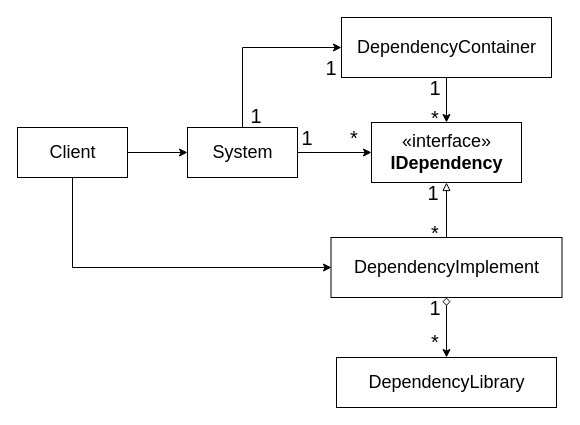
Earlier version of the draw.io diagram packages/依赖隔离模式/role_abstract/UML.drawio (yyc-git/3DProgramPattern). Source tidied: cells renumbered, new cells numbered last; positions are measured from the earlier drawing's top-left corner, leaving out a move shared by most shapes. Both pictures are drawn from the tidied source at 100%, with x=0, y=0 at pixel (17, 17).
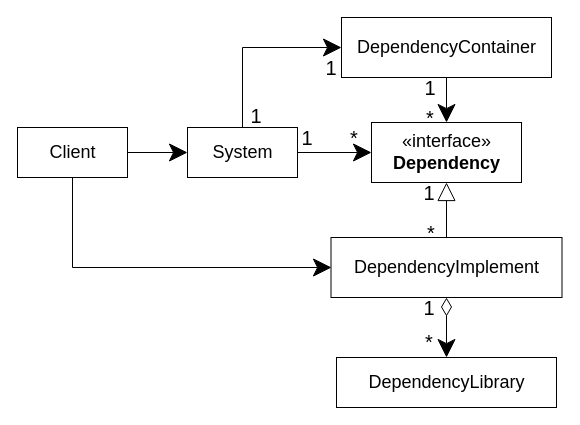
The same page after the edit.

Unchanged cells that the change refers to:
```xml
<mxCell id="4" value="System" style="html=1;fontSize=18;" parent="1" vertex="1">
  <mxGeometry x="170" y="110" width="110" height="50" as="geometry" />
</mxCell>
<mxCell id="7" value="DependencyImplement" style="html=1;fontSize=18;" parent="1" vertex="1">
  <mxGeometry x="313.5" y="220" width="231" height="60" as="geometry" />
</mxCell>
<mxCell id="9" value="DependencyLibrary" style="html=1;fontSize=18;" parent="1" vertex="1">
  <mxGeometry x="319" y="340" width="220" height="50" as="geometry" />
</mxCell>
<mxCell id="12" value="Client" style="html=1;fontSize=18;" parent="1" vertex="1">
  <mxGeometry y="110" width="110" height="50" as="geometry" />
</mxCell>
<mxCell id="14" value="DependencyContainer" style="html=1;fontSize=18;" parent="1" vertex="1">
  <mxGeometry x="324" width="210" height="60" as="geometry" />
</mxCell>
```

Diff of the diagram source:
```diff
@@
-    <mxCell id="2" style="edgeStyle=orthogonalEdgeStyle;rounded=0;jettySize=auto;html=1;entryX=0;entryY=0.5;entryDx=0;entryDy=0;" parent="1" edge="1" source="4" target="8">
+    <mxCell id="2" style="edgeStyle=orthogonalEdgeStyle;rounded=0;jettySize=auto;html=1;entryX=0;entryY=0.5;entryDx=0;entryDy=0;endSize=16;startSize=16;" parent="1" edge="1" source="4" target="8">
       <mxGeometry relative="1" as="geometry" />
     </mxCell>
-    <mxCell id="3" style="edgeStyle=orthogonalEdgeStyle;rounded=0;jettySize=auto;html=1;entryX=0;entryY=0.5;entryDx=0;entryDy=0;exitX=0.5;exitY=0;exitDx=0;exitDy=0;" parent="1" edge="1" source="4" target="14">
+    <mxCell id="3" style="edgeStyle=orthogonalEdgeStyle;rounded=0;jettySize=auto;html=1;entryX=0;entryY=0.5;entryDx=0;entryDy=0;exitX=0.5;exitY=0;exitDx=0;exitDy=0;endSize=16;startSize=16;" parent="1" edge="1" source="4" target="14">
       <mxGeometry relative="1" as="geometry" />
     </mxCell>
@@
-    <mxCell id="5" style="edgeStyle=orthogonalEdgeStyle;rounded=0;jettySize=auto;html=1;entryX=0.5;entryY=1;entryDx=0;entryDy=0;endArrow=block;endFill=0;" parent="1" edge="1" source="7" target="8">
+    <mxCell id="5" style="edgeStyle=orthogonalEdgeStyle;rounded=0;jettySize=auto;html=1;entryX=0.5;entryY=1;entryDx=0;entryDy=0;endArrow=block;endFill=0;endSize=16;startSize=16;" parent="1" edge="1" source="7" target="8">
       <mxGeometry relative="1" as="geometry" />
     </mxCell>
-    <mxCell id="6" style="edgeStyle=orthogonalEdgeStyle;rounded=0;jettySize=auto;html=1;startArrow=diamond;startFill=0;" parent="1" edge="1" source="7" target="9">
+    <mxCell id="6" style="edgeStyle=orthogonalEdgeStyle;rounded=0;jettySize=auto;html=1;startArrow=diamondThin;startFill=0;endSize=16;startSize=16;" parent="1" edge="1" source="7" target="9">
       <mxGeometry relative="1" as="geometry" />
     </mxCell>
@@
-    <mxCell id="8" value="&lt;font style=&quot;font-size: 18px&quot;&gt;«interface»&lt;br&gt;&lt;b&gt;IDependency&lt;/b&gt;&lt;/font&gt;" style="html=1;" parent="1" vertex="1">
+    <mxCell id="8" value="&lt;font style=&quot;font-size: 18px&quot;&gt;«interface»&lt;br&gt;&lt;b&gt;Dependency&lt;/b&gt;&lt;/font&gt;" style="html=1;" parent="1" vertex="1">
       <mxGeometry x="354" y="105" width="150" height="60" as="geometry" />
     </mxCell>
@@
-    <mxCell id="10" style="edgeStyle=orthogonalEdgeStyle;rounded=0;jettySize=auto;html=1;entryX=0;entryY=0.5;entryDx=0;entryDy=0;" parent="1" edge="1" source="12" target="4">
+    <mxCell id="10" style="edgeStyle=orthogonalEdgeStyle;rounded=0;jettySize=auto;html=1;entryX=0;entryY=0.5;entryDx=0;entryDy=0;endSize=16;startSize=16;" parent="1" edge="1" source="12" target="4">
       <mxGeometry relative="1" as="geometry" />
     </mxCell>
-    <mxCell id="11" style="edgeStyle=orthogonalEdgeStyle;rounded=0;jettySize=auto;html=1;" parent="1" edge="1" source="12">
+    <mxCell id="11" style="edgeStyle=orthogonalEdgeStyle;rounded=0;jettySize=auto;html=1;endSize=16;startSize=16;" parent="1" edge="1" source="12">
       <mxGeometry relative="1" as="geometry">
         <mxPoint x="314" y="250" as="targetPoint" />
         <Array as="points">
           <mxPoint x="55" y="250" />
         </Array>
       </mxGeometry>
     </mxCell>
@@
-    <mxCell id="13" style="edgeStyle=orthogonalEdgeStyle;rounded=0;jettySize=auto;html=1;" parent="1" edge="1" source="14" target="8">
+    <mxCell id="13" style="edgeStyle=orthogonalEdgeStyle;rounded=0;jettySize=auto;html=1;endSize=16;startSize=16;" parent="1" edge="1" source="14" target="8">
       <mxGeometry relative="1" as="geometry" />
     </mxCell>
@@
     <mxCell id="17" value="&lt;span style=&quot;font-size: 20px&quot;&gt;*&lt;/span&gt;" style="text;html=1;strokeColor=none;fillColor=none;align=center;verticalAlign=middle;whiteSpace=wrap;rounded=0;strokeWidth=1;" parent="1" vertex="1">
-      <mxGeometry x="408" y="205" width="20" height="20" as="geometry" />
+      <mxGeometry x="404" y="205" width="20" height="20" as="geometry" />
     </mxCell>
     <mxCell id="18" value="&lt;span style=&quot;font-size: 20px&quot;&gt;1&lt;/span&gt;" style="text;html=1;strokeColor=none;fillColor=none;align=center;verticalAlign=middle;whiteSpace=wrap;rounded=0;strokeWidth=1;" parent="1" vertex="1">
-      <mxGeometry x="406" y="165" width="20" height="20" as="geometry" />
+      <mxGeometry x="402" y="165" width="20" height="20" as="geometry" />
     </mxCell>
     <mxCell id="19" value="&lt;span style=&quot;font-size: 20px&quot;&gt;1&lt;/span&gt;" style="text;html=1;strokeColor=none;fillColor=none;align=center;verticalAlign=middle;whiteSpace=wrap;rounded=0;strokeWidth=1;" parent="1" vertex="1">
-      <mxGeometry x="408" y="280" width="20" height="20" as="geometry" />
+      <mxGeometry x="402" y="280" width="20" height="20" as="geometry" />
     </mxCell>
     <mxCell id="20" value="&lt;span style=&quot;font-size: 20px&quot;&gt;*&lt;/span&gt;" style="text;html=1;strokeColor=none;fillColor=none;align=center;verticalAlign=middle;whiteSpace=wrap;rounded=0;strokeWidth=1;" parent="1" vertex="1">
-      <mxGeometry x="408" y="314" width="20" height="20" as="geometry" />
+      <mxGeometry x="402" y="314" width="20" height="20" as="geometry" />
     </mxCell>
     <mxCell id="21" value="&lt;span style=&quot;font-size: 20px&quot;&gt;1&lt;/span&gt;" style="text;html=1;strokeColor=none;fillColor=none;align=center;verticalAlign=middle;whiteSpace=wrap;rounded=0;strokeWidth=1;" parent="1" vertex="1">
-      <mxGeometry x="408" y="60" width="20" height="20" as="geometry" />
+      <mxGeometry x="403" y="60" width="20" height="20" as="geometry" />
     </mxCell>
     <mxCell id="22" value="&lt;span style=&quot;font-size: 20px&quot;&gt;*&lt;/span&gt;" style="text;html=1;strokeColor=none;fillColor=none;align=center;verticalAlign=middle;whiteSpace=wrap;rounded=0;strokeWidth=1;" parent="1" vertex="1">
-      <mxGeometry x="408" y="90" width="20" height="20" as="geometry" />
+      <mxGeometry x="403" y="90" width="20" height="20" as="geometry" />
     </mxCell>
```
